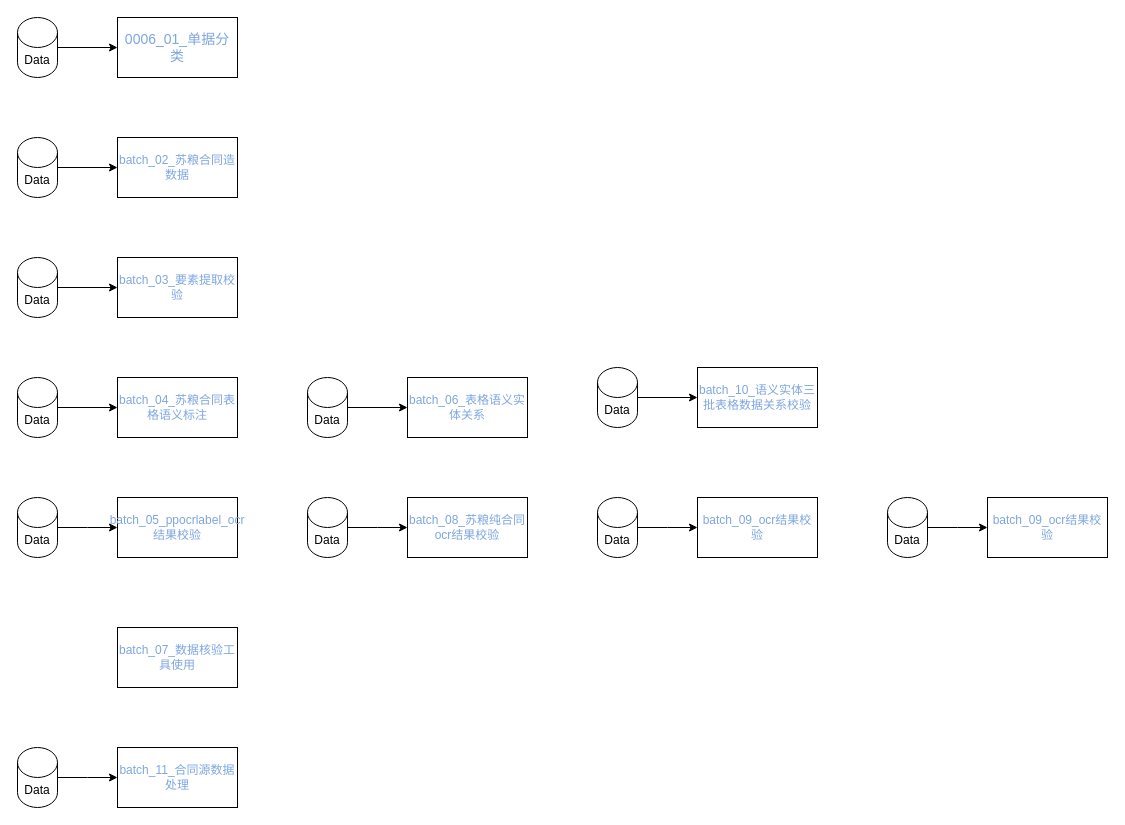
Saiable/drawio keeps this draw.io diagram as page "0006" (2 of 2) of TagTaskRelationship.drawio. Above is the earlier version. Source tidied: cells renumbered, new cells numbered last; positions are measured from the earlier drawing's top-left corner, leaving out a move shared by most shapes. Both pictures are drawn from the tidied source at 100%, with x=0, y=0 at pixel (17, 17).
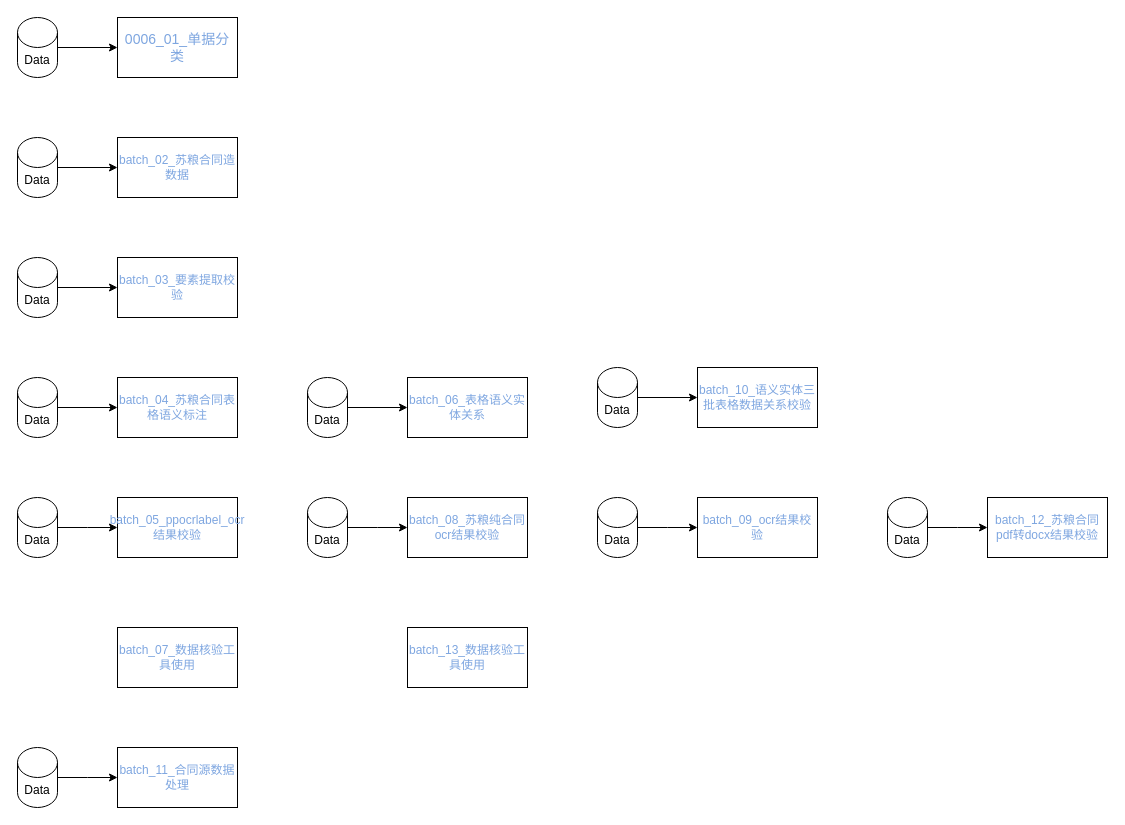
After the change.

What changed in the source:
```diff
@@
-    <mxCell id="33" value="batch_09_ocr结果校验" style="rounded=0;whiteSpace=wrap;html=1;fontColor=#7EA6E0;" parent="1" vertex="1">
+    <mxCell id="33" value="batch_12_苏粮合同pdf转docx结果校验" style="rounded=0;whiteSpace=wrap;html=1;fontColor=#7EA6E0;" parent="1" vertex="1">
       <mxGeometry x="970" y="480" width="120" height="60" as="geometry" />
     </mxCell>
@@
+    <mxCell id="36" value="batch_13_数据核验工具使用" style="rounded=0;whiteSpace=wrap;html=1;fontColor=#7EA6E0;" parent="1" vertex="1">
+      <mxGeometry x="390" y="610" width="120" height="60" as="geometry" />
+    </mxCell>
```
